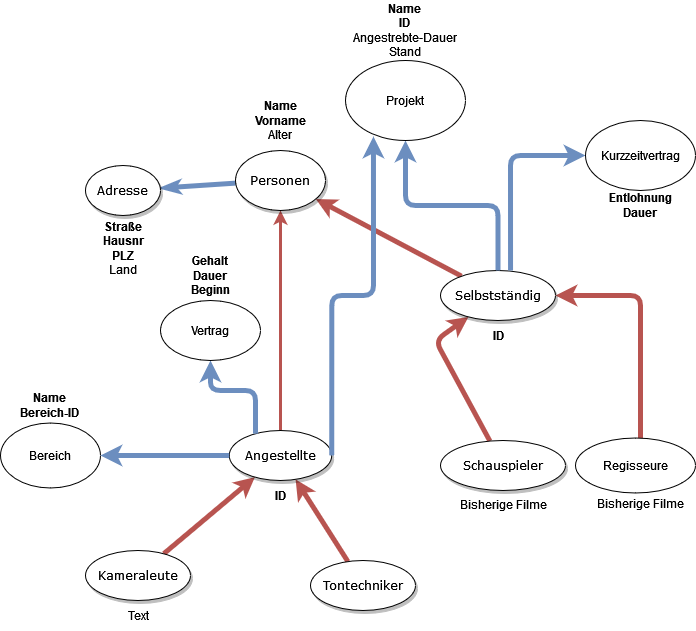
This is Personenverwaltung.drawio.png from Masternuss/Datenbanken2022, a draw.io export, as it was before one commit. Source tidied: cells renumbered, new cells last; positions are measured from the earlier drawing's top-left corner, leaving out a move shared by most shapes.
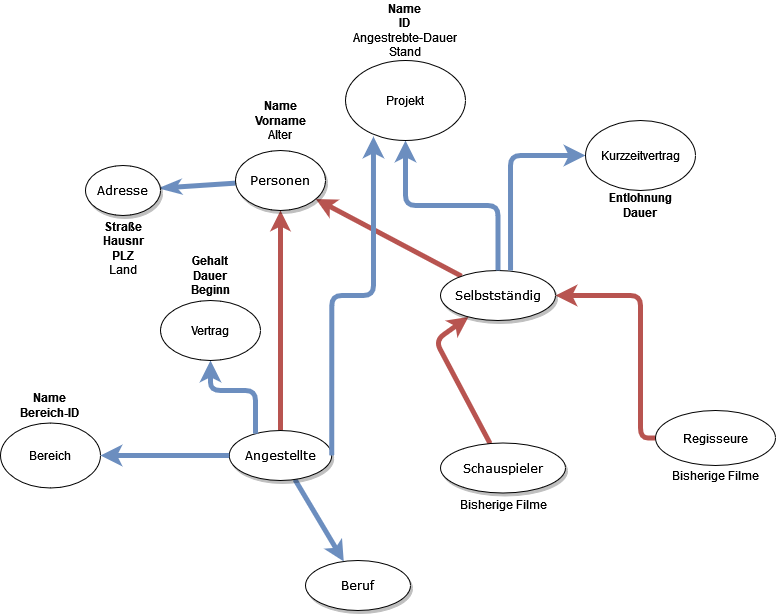
The same diagram one commit later.

Change to the diagram source:
```diff
@@ -2,7 +2,7 @@
   <root>
     <mxCell id="0" />
     <mxCell id="1" parent="0" />
-    <mxCell id="2" style="edgeStyle=none;rounded=1;html=1;labelBackgroundColor=none;startArrow=classic;startFill=1;startSize=5;endArrow=none;endFill=0;endSize=5;jettySize=auto;strokeColor=#b85450;strokeWidth=3;fontFamily=Verdana;fontSize=12;fillColor=#f8cecc;" parent="1" edge="1" source="5" target="8">
+    <mxCell id="2" style="edgeStyle=none;rounded=1;html=1;labelBackgroundColor=none;startArrow=classic;startFill=1;startSize=5;endArrow=none;endFill=0;endSize=5;jettySize=auto;strokeColor=#b85450;strokeWidth=5;fontFamily=Verdana;fontSize=12;fillColor=#f8cecc;" parent="1" edge="1" source="5" target="8">
       <mxGeometry relative="1" as="geometry" />
     </mxCell>
     <mxCell id="3" style="edgeStyle=none;rounded=1;html=1;labelBackgroundColor=none;startArrow=none;startFill=0;startSize=5;endArrow=classicThin;endFill=1;endSize=5;jettySize=auto;strokeColor=#6c8ebf;strokeWidth=5;fontFamily=Verdana;fontSize=12;fillColor=#dae8fc;" parent="1" edge="1" source="5" target="15">
@@ -14,12 +14,9 @@
     <mxCell id="5" value="&lt;div&gt;Personen&lt;/div&gt;" style="ellipse;whiteSpace=wrap;html=1;rounded=0;shadow=1;comic=0;labelBackgroundColor=none;strokeWidth=1;fontFamily=Verdana;fontSize=12;align=center;" parent="1" vertex="1">
       <mxGeometry x="235" y="150" width="90" height="60" as="geometry" />
     </mxCell>
-    <mxCell id="6" style="edgeStyle=none;rounded=1;html=1;labelBackgroundColor=none;startArrow=classic;startFill=1;startSize=5;endArrow=none;endFill=0;endSize=5;jettySize=auto;strokeColor=#b85450;strokeWidth=5;fontFamily=Verdana;fontSize=12;fillColor=#f8cecc;" parent="1" edge="1" source="8" target="14">
+    <mxCell id="6" style="edgeStyle=none;rounded=1;html=1;labelBackgroundColor=none;startArrow=none;startFill=0;startSize=5;endArrow=classic;endFill=1;endSize=5;jettySize=auto;strokeColor=#6c8ebf;strokeWidth=5;fontFamily=Verdana;fontSize=12;fillColor=#dae8fc;" parent="1" edge="1" source="8" target="14">
       <mxGeometry relative="1" as="geometry" />
     </mxCell>
-    <mxCell id="7" style="edgeStyle=none;rounded=1;html=1;labelBackgroundColor=none;startArrow=classic;startFill=1;startSize=5;endArrow=none;endFill=0;endSize=5;jettySize=auto;strokeColor=#b85450;strokeWidth=5;fontFamily=Verdana;fontSize=12;fillColor=#f8cecc;" parent="1" edge="1" source="8" target="13">
-      <mxGeometry relative="1" as="geometry" />
-    </mxCell>
     <mxCell id="8" value="Angestellte" style="ellipse;whiteSpace=wrap;html=1;rounded=0;shadow=1;comic=0;labelBackgroundColor=none;strokeWidth=1;fontFamily=Verdana;fontSize=12;align=center;" parent="1" vertex="1">
       <mxGeometry x="228.8" y="430" width="102.5" height="50" as="geometry" />
     </mxCell>
@@ -41,19 +38,16 @@
       <mxGeometry x="440" y="270" width="115" height="50" as="geometry" />
     </mxCell>
     <mxCell id="12" value="Schauspieler" style="ellipse;whiteSpace=wrap;html=1;rounded=0;shadow=1;comic=0;labelBackgroundColor=none;strokeWidth=1;fontFamily=Verdana;fontSize=12;align=center;" parent="1" vertex="1">
-      <mxGeometry x="440" y="440" width="125" height="50" as="geometry" />
+      <mxGeometry x="440" y="442.5" width="125" height="50" as="geometry" />
     </mxCell>
-    <mxCell id="13" value="Tontechniker" style="ellipse;whiteSpace=wrap;html=1;rounded=0;shadow=1;comic=0;labelBackgroundColor=none;strokeWidth=1;fontFamily=Verdana;fontSize=12;align=center;" parent="1" vertex="1">
-      <mxGeometry x="310" y="560" width="105" height="50" as="geometry" />
-    </mxCell>
-    <mxCell id="14" value="Kameraleute" style="ellipse;whiteSpace=wrap;html=1;rounded=0;shadow=1;comic=0;labelBackgroundColor=none;strokeWidth=1;fontFamily=Verdana;fontSize=12;align=center;" parent="1" vertex="1">
-      <mxGeometry x="85" y="550" width="105" height="50" as="geometry" />
+    <mxCell id="14" value="Beruf" style="ellipse;whiteSpace=wrap;html=1;rounded=0;shadow=1;comic=0;labelBackgroundColor=none;strokeWidth=1;fontFamily=Verdana;fontSize=12;align=center;" parent="1" vertex="1">
+      <mxGeometry x="305" y="560" width="105" height="50" as="geometry" />
     </mxCell>
     <mxCell id="15" value="Adresse" style="ellipse;whiteSpace=wrap;html=1;rounded=0;shadow=1;comic=0;labelBackgroundColor=none;strokeWidth=1;fontFamily=Verdana;fontSize=12;align=center;" parent="1" vertex="1">
       <mxGeometry x="85" y="165" width="75" height="50" as="geometry" />
     </mxCell>
     <mxCell id="16" value="Regisseure" style="ellipse;whiteSpace=wrap;html=1;" parent="1" vertex="1">
-      <mxGeometry x="575" y="437.5" width="120" height="55" as="geometry" />
+      <mxGeometry x="655" y="410" width="120" height="55" as="geometry" />
     </mxCell>
     <mxCell id="17" style="edgeStyle=orthogonalEdgeStyle;jettySize=auto;html=1;entryX=0.609;entryY=0;entryDx=0;entryDy=0;entryPerimeter=0;startArrow=classic;startFill=1;endArrow=none;endFill=0;strokeWidth=5;fillColor=#dae8fc;strokeColor=#6c8ebf;rounded=1;" parent="1" edge="1" source="18" target="11">
       <mxGeometry relative="1" as="geometry" />
@@ -109,20 +103,11 @@
     <mxCell id="31" value="&lt;div&gt;&lt;b&gt;Gehalt&lt;/b&gt;&lt;/div&gt;&lt;div&gt;&lt;b&gt;Dauer&lt;/b&gt;&lt;/div&gt;&lt;b&gt;Beginn&lt;/b&gt;" style="text;html=1;strokeColor=none;fillColor=none;align=center;verticalAlign=middle;whiteSpace=wrap;rounded=0;" parent="1" vertex="1">
       <mxGeometry x="180" y="250" width="60" height="50" as="geometry" />
     </mxCell>
-    <mxCell id="32" value="&lt;b&gt;ID&lt;/b&gt;" style="text;html=1;strokeColor=none;fillColor=none;align=center;verticalAlign=middle;whiteSpace=wrap;rounded=0;" parent="1" vertex="1">
-      <mxGeometry x="250" y="480" width="60" height="30" as="geometry" />
-    </mxCell>
-    <mxCell id="33" value="&lt;b&gt;ID&lt;/b&gt;" style="text;html=1;strokeColor=none;fillColor=none;align=center;verticalAlign=middle;whiteSpace=wrap;rounded=0;" parent="1" vertex="1">
-      <mxGeometry x="467.5" y="320" width="60" height="30" as="geometry" />
-    </mxCell>
     <mxCell id="34" value="Bisherige Filme" style="text;html=1;strokeColor=none;fillColor=none;align=center;verticalAlign=middle;whiteSpace=wrap;rounded=0;" parent="1" vertex="1">
       <mxGeometry x="452.5" y="487.5" width="100" height="32.5" as="geometry" />
     </mxCell>
     <mxCell id="35" value="Bisherige Filme" style="text;html=1;strokeColor=none;fillColor=none;align=center;verticalAlign=middle;whiteSpace=wrap;rounded=0;" parent="1" vertex="1">
-      <mxGeometry x="590" y="492.5" width="100" height="20" as="geometry" />
+      <mxGeometry x="665" y="465" width="100" height="20" as="geometry" />
     </mxCell>
-    <mxCell id="36" value="Text" style="text;html=1;strokeColor=none;fillColor=none;align=center;verticalAlign=middle;whiteSpace=wrap;rounded=0;" parent="1" vertex="1">
-      <mxGeometry x="73.8" y="600" width="127.5" height="30" as="geometry" />
-    </mxCell>
   </root>
 </mxGraphModel>
```
